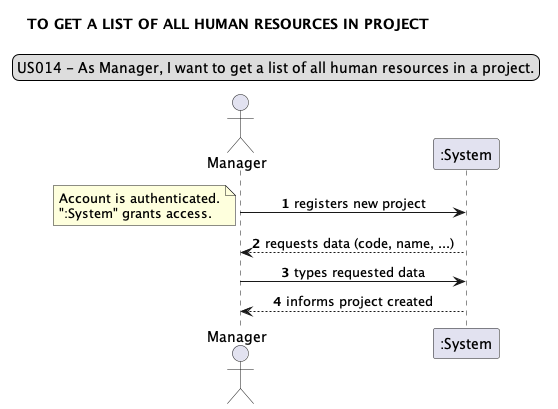
This is docs/requirements_gathering/system_sequence_diagrams/sprint02/SSD014-TO_GET_A_LIST_OF_ALL_HUMAN_RESOURCES_IN_PROJECT.png from Loracline/project_switch_22-23, a PlantUML export, as it was before one commit. Its diagram source:
```plantuml
@startuml
legend top
US014 - As Manager, I want to get a list of all human resources in a project.
end legend
skinparam sequenceMessageAlign center
title TO GET A LIST OF ALL HUMAN RESOURCES IN PROJECT
actor "Manager"
autonumber
"Manager" -> ":System": registers new project
note left
Account is authenticated.
":System" grants access.
end note
"Manager" <-- ":System": requests data (code, name, ...)
"Manager" -> ":System":  types requested data
"Manager" <-- ":System": informs project created
@enduml
```
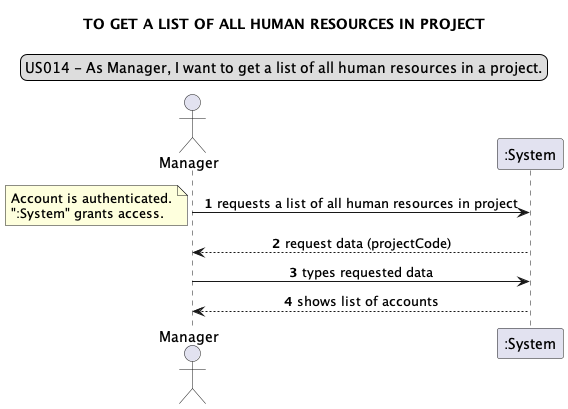
The same diagram one commit later.

Commit message:
No US number: Design: SSD's | Update System Sequence Diagram and png files according to new version

Diff of the diagram source:
```diff
@@ -6,12 +6,12 @@
 title TO GET A LIST OF ALL HUMAN RESOURCES IN PROJECT
 actor "Manager"
 autonumber
-"Manager" -> ":System": registers new project
+"Manager" -> ":System": requests a list of all human resources in project
 note left
 Account is authenticated.
 ":System" grants access.
 end note
-"Manager" <-- ":System": requests data (code, name, ...)
-"Manager" -> ":System":  types requested data
-"Manager" <-- ":System": informs project created
+":System" --> Manager: request data (projectCode)
+"Manager" -> ":System": types requested data
+"Manager" <-- ":System": shows list of accounts
 @enduml
```
